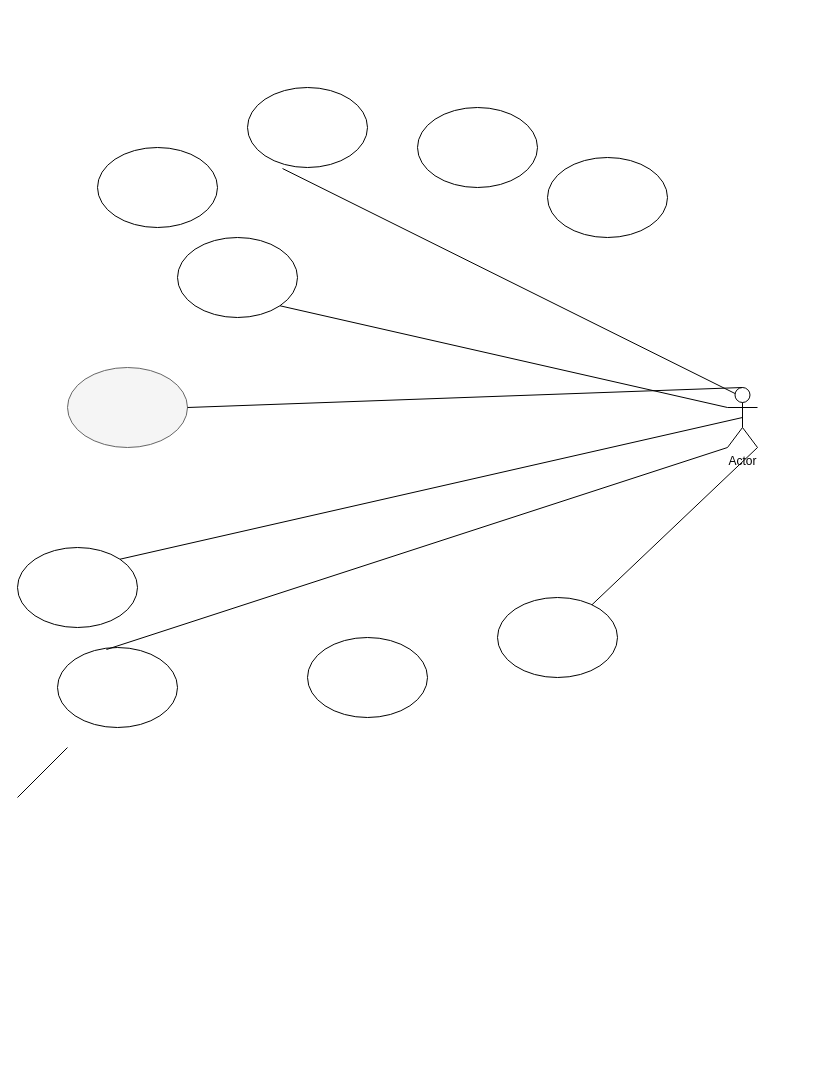
pawelpasek/WSEI keeps this draw.io diagram as Untitled Diagram.drawio. Above is the earlier version. Source tidied: cells renumbered, new cells numbered last; positions are measured from the earlier drawing's top-left corner, leaving out a move shared by most shapes. Both pictures are drawn from the tidied source at 100%, with x=0, y=0 at pixel (17, 87).
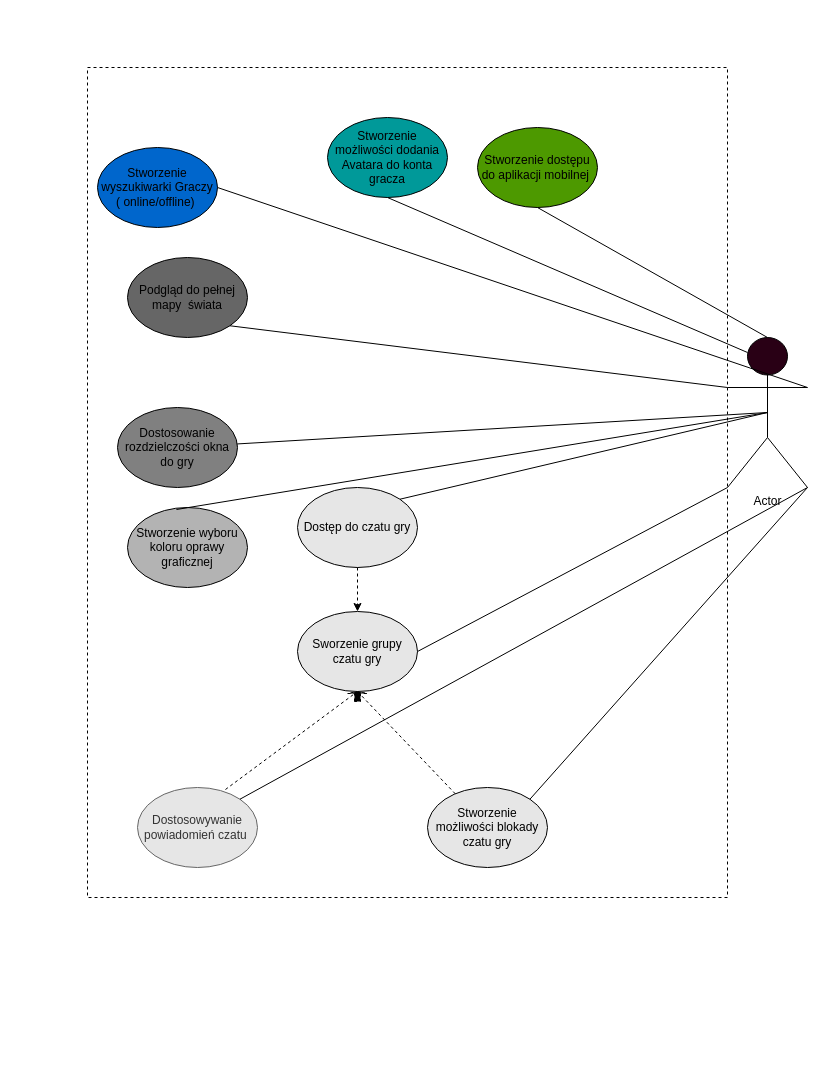
After the change.

Change to the diagram source:
```diff
@@
+    <mxCell id="20" style="group;" parent="1" vertex="1">
+      <mxGeometry x="70" y="-70" width="720" height="1040" as="geometry" />
+    </mxCell>
+    <mxCell id="21" style="shape=singleArrow;direction=north;whiteSpace=wrap;html=1;dashed=1;fillColor=#000000;strokeColor=#000000;" parent="20" vertex="1">
+      <mxGeometry x="260" y="674" width="20" height="10" as="geometry" />
+    </mxCell>
+    <mxCell id="22" style="rounded=0;whiteSpace=wrap;html=1;dashed=1;fillColor=none;" parent="20" vertex="1">
+      <mxGeometry y="50" width="640" height="830" as="geometry" />
+    </mxCell>
-    <mxCell id="2" value="Actor" style="shape=umlActor;verticalLabelPosition=bottom;labelBackgroundColor=#ffffff;verticalAlign=top;html=1;outlineConnect=0;" parent="1" vertex="1">
-      <mxGeometry x="710" y="300" width="30" height="60" as="geometry" />
+    <mxCell id="2" value="Actor" style="shape=umlActor;verticalLabelPosition=bottom;labelBackgroundColor=#ffffff;verticalAlign=top;html=1;outlineConnect=0;fillColor=#290015;" parent="20" vertex="1">
+      <mxGeometry x="640" y="320" width="80" height="150" as="geometry" />
     </mxCell>
-    <mxCell id="3" style="ellipse;whiteSpace=wrap;html=1;" parent="1" vertex="1">
-      <mxGeometry y="460" width="120" height="80" as="geometry" />
+    <mxCell id="3" value="Stworzenie możliwości blokady czatu gry" style="ellipse;whiteSpace=wrap;html=1;fillColor=#E6E6E6;" parent="20" vertex="1">
+      <mxGeometry x="340" y="770" width="120" height="80" as="geometry" />
     </mxCell>
-    <mxCell id="4" style="ellipse;whiteSpace=wrap;html=1;" parent="1" vertex="1">
-      <mxGeometry x="400" y="20" width="120" height="80" as="geometry" />
+    <mxCell id="4" value="Stworzenie możliwości dodania Avatara do konta gracza" style="ellipse;whiteSpace=wrap;html=1;fillColor=#009999;" parent="20" vertex="1">
+      <mxGeometry x="240" y="100" width="120" height="80" as="geometry" />
     </mxCell>
-    <mxCell id="5" style="ellipse;whiteSpace=wrap;html=1;" parent="1" vertex="1">
-      <mxGeometry x="160" y="150" width="120" height="80" as="geometry" />
+    <mxCell id="5" value="Podgląd do pełnej mapy&amp;nbsp; świata" style="ellipse;whiteSpace=wrap;html=1;fillColor=#666666;" parent="20" vertex="1">
+      <mxGeometry x="40" y="240" width="120" height="80" as="geometry" />
     </mxCell>
-    <mxCell id="6" style="ellipse;whiteSpace=wrap;html=1;" parent="1" vertex="1">
-      <mxGeometry x="290" y="550" width="120" height="80" as="geometry" />
+    <mxCell id="6" value="Sworzenie grupy czatu gry" style="ellipse;whiteSpace=wrap;html=1;fillColor=#E6E6E6;" parent="20" vertex="1">
+      <mxGeometry x="210" y="594" width="120" height="80" as="geometry" />
     </mxCell>
-    <mxCell id="7" style="ellipse;whiteSpace=wrap;html=1;" parent="1" vertex="1">
-      <mxGeometry x="230" width="120" height="80" as="geometry" />
-    </mxCell>
-    <mxCell id="8" style="ellipse;whiteSpace=wrap;html=1;fillColor=#f5f5f5;strokeColor=#666666;fontColor=#333333;" parent="1" vertex="1">
-      <mxGeometry x="50" y="280" width="120" height="80" as="geometry" />
+    <mxCell id="8" value="Dostosowywanie powiadomień czatu&amp;nbsp;" style="ellipse;whiteSpace=wrap;html=1;fillColor=#E6E6E6;strokeColor=#666666;fontColor=#333333;" parent="20" vertex="1">
+      <mxGeometry x="50" y="770" width="120" height="80" as="geometry" />
     </mxCell>
-    <mxCell id="9" style="ellipse;whiteSpace=wrap;html=1;" parent="1" vertex="1">
-      <mxGeometry x="80" y="60" width="120" height="80" as="geometry" />
+    <mxCell id="9" value="Stworzenie wyszukiwarki Graczy ( online/offline)&amp;nbsp;" style="ellipse;whiteSpace=wrap;html=1;fillColor=#0066CC;" parent="20" vertex="1">
+      <mxGeometry x="10" y="130" width="120" height="80" as="geometry" />
     </mxCell>
-    <mxCell id="10" style="ellipse;whiteSpace=wrap;html=1;" parent="1" vertex="1">
-      <mxGeometry x="530" y="70" width="120" height="80" as="geometry" />
+    <mxCell id="10" value="Stworzenie dostępu do aplikacji mobilnej&amp;nbsp;" style="ellipse;whiteSpace=wrap;html=1;fillColor=#4D9900;" parent="20" vertex="1">
+      <mxGeometry x="390" y="110" width="120" height="80" as="geometry" />
     </mxCell>
-    <mxCell id="11" style="ellipse;whiteSpace=wrap;html=1;" parent="1" vertex="1">
-      <mxGeometry x="40" y="560" width="120" height="80" as="geometry" />
+    <mxCell id="11" value="Stworzenie wyboru koloru oprawy graficznej" style="ellipse;whiteSpace=wrap;html=1;fillColor=#B3B3B3;" parent="20" vertex="1">
+      <mxGeometry x="40" y="490" width="120" height="80" as="geometry" />
     </mxCell>
-    <mxCell id="12" style="ellipse;whiteSpace=wrap;html=1;" parent="1" vertex="1">
-      <mxGeometry x="480" y="510" width="120" height="80" as="geometry" />
+    <mxCell id="12" value="Dostosowanie rozdzielczości okna do gry" style="ellipse;whiteSpace=wrap;html=1;fillColor=#808080;" parent="20" vertex="1">
+      <mxGeometry x="30" y="390" width="120" height="80" as="geometry" />
     </mxCell>
-    <mxCell id="13" style="endArrow=none;html=1;entryX=0.292;entryY=1.013;entryDx=0;entryDy=0;entryPerimeter=0;exitX=0.25;exitY=0.1;exitDx=0;exitDy=0;exitPerimeter=0;" parent="1" edge="1" source="2" target="7">
-      <mxGeometry relative="1" as="geometry" />
-    </mxCell>
-    <mxCell id="14" style="endArrow=none;html=1;exitX=0;exitY=0.3333333333333333;exitDx=0;exitDy=0;exitPerimeter=0;entryX=1;entryY=1;entryDx=0;entryDy=0;" parent="1" edge="1" source="2" target="5">
+    <mxCell id="14" style="endArrow=none;html=1;exitX=0;exitY=0.3333333333333333;exitDx=0;exitDy=0;exitPerimeter=0;entryX=1;entryY=1;entryDx=0;entryDy=0;" parent="20" edge="1" source="2" target="5">
       <mxGeometry relative="1" as="geometry" />
     </mxCell>
-    <mxCell id="15" style="endArrow=none;html=1;entryX=0;entryY=1;entryDx=0;entryDy=0;entryPerimeter=0;exitX=0.408;exitY=0.025;exitDx=0;exitDy=0;exitPerimeter=0;" parent="1" edge="1" source="11" target="2">
+    <mxCell id="15" style="endArrow=none;html=1;entryX=0.5;entryY=0.5;entryDx=0;entryDy=0;entryPerimeter=0;exitX=0.408;exitY=0.025;exitDx=0;exitDy=0;exitPerimeter=0;" parent="20" edge="1" source="11" target="2">
       <mxGeometry relative="1" as="geometry" />
     </mxCell>
-    <mxCell id="16" style="endArrow=none;html=1;entryX=1;entryY=0;entryDx=0;entryDy=0;exitX=0.5;exitY=0.5;exitDx=0;exitDy=0;exitPerimeter=0;" parent="1" edge="1" source="2" target="3">
+    <mxCell id="16" style="endArrow=none;html=1;entryX=1;entryY=0;entryDx=0;entryDy=0;exitX=1;exitY=1;exitDx=0;exitDy=0;exitPerimeter=0;" parent="20" edge="1" source="2" target="3">
       <mxGeometry relative="1" as="geometry" />
     </mxCell>
-    <mxCell id="17" style="endArrow=none;html=1;entryX=1;entryY=1;entryDx=0;entryDy=0;entryPerimeter=0;" parent="1" edge="1" source="12" target="2">
+    <mxCell id="17" style="endArrow=none;html=1;entryX=0.5;entryY=0.5;entryDx=0;entryDy=0;entryPerimeter=0;" parent="20" edge="1" source="12" target="2">
       <mxGeometry relative="1" as="geometry" />
     </mxCell>
-    <mxCell id="18" style="endArrow=none;html=1;" parent="1" edge="1">
-      <mxGeometry relative="1" as="geometry">
-        <mxPoint y="710" as="sourcePoint" />
-        <mxPoint x="50" y="660" as="targetPoint" />
-      </mxGeometry>
+    <mxCell id="18" style="endArrow=none;html=1;entryX=0.5;entryY=1;entryDx=0;entryDy=0;exitX=0.25;exitY=0.1;exitDx=0;exitDy=0;exitPerimeter=0;" parent="20" edge="1" source="2" target="4">
+      <mxGeometry relative="1" as="geometry" />
     </mxCell>
+    <mxCell id="23" style="endArrow=none;html=1;entryX=0.5;entryY=1;entryDx=0;entryDy=0;exitX=0.5;exitY=0;exitDx=0;exitDy=0;exitPerimeter=0;" parent="20" edge="1" source="2" target="10">
+      <mxGeometry relative="1" as="geometry" />
+    </mxCell>
+    <mxCell id="24" style="endArrow=none;html=1;entryX=1;entryY=0.5;entryDx=0;entryDy=0;exitX=1;exitY=0.3333333333333333;exitDx=0;exitDy=0;exitPerimeter=0;" parent="20" edge="1" source="2" target="9">
+      <mxGeometry relative="1" as="geometry" />
+    </mxCell>
+    <mxCell id="25" style="endArrow=none;html=1;exitX=1;exitY=0.5;exitDx=0;exitDy=0;entryX=0;entryY=1;entryDx=0;entryDy=0;entryPerimeter=0;" parent="20" edge="1" source="6" target="2">
+      <mxGeometry relative="1" as="geometry" />
+    </mxCell>
+    <mxCell id="26" style="endArrow=none;dashed=1;html=1;entryX=0.5;entryY=1;entryDx=0;entryDy=0;" parent="20" edge="1" source="3" target="6">
+      <mxGeometry relative="1" as="geometry" />
+    </mxCell>
+    <mxCell id="27" style="endArrow=none;dashed=1;html=1;entryX=0.5;entryY=1;entryDx=0;entryDy=0;exitX=0.733;exitY=0.025;exitDx=0;exitDy=0;exitPerimeter=0;" parent="20" edge="1" source="8" target="6">
+      <mxGeometry relative="1" as="geometry" />
+    </mxCell>
-    <mxCell id="19" style="endArrow=none;html=1;exitX=1;exitY=0.5;exitDx=0;exitDy=0;entryX=0.5;entryY=0;entryDx=0;entryDy=0;entryPerimeter=0;" parent="1" edge="1" source="8" target="2">
+    <mxCell id="19" style="endArrow=none;html=1;exitX=1;exitY=0;exitDx=0;exitDy=0;entryX=1;entryY=1;entryDx=0;entryDy=0;entryPerimeter=0;" parent="20" edge="1" source="8" target="2">
       <mxGeometry relative="1" as="geometry" />
     </mxCell>
+    <mxCell id="28" value="Dostęp do czatu gry" style="ellipse;whiteSpace=wrap;html=1;fillColor=#E6E6E6;" parent="20" vertex="1">
+      <mxGeometry x="210" y="470" width="120" height="80" as="geometry" />
+    </mxCell>
+    <mxCell id="29" style="endArrow=none;html=1;exitX=1;exitY=0;exitDx=0;exitDy=0;entryX=0.5;entryY=0.5;entryDx=0;entryDy=0;entryPerimeter=0;" parent="20" edge="1" source="28" target="2">
+      <mxGeometry relative="1" as="geometry" />
+    </mxCell>
+    <mxCell id="30" style="endArrow=classic;html=1;dashed=1;exitX=0.5;exitY=1;exitDx=0;exitDy=0;entryX=0.5;entryY=0;entryDx=0;entryDy=0;" parent="20" edge="1" source="28" target="6">
+      <mxGeometry relative="1" as="geometry" />
+    </mxCell>
```
